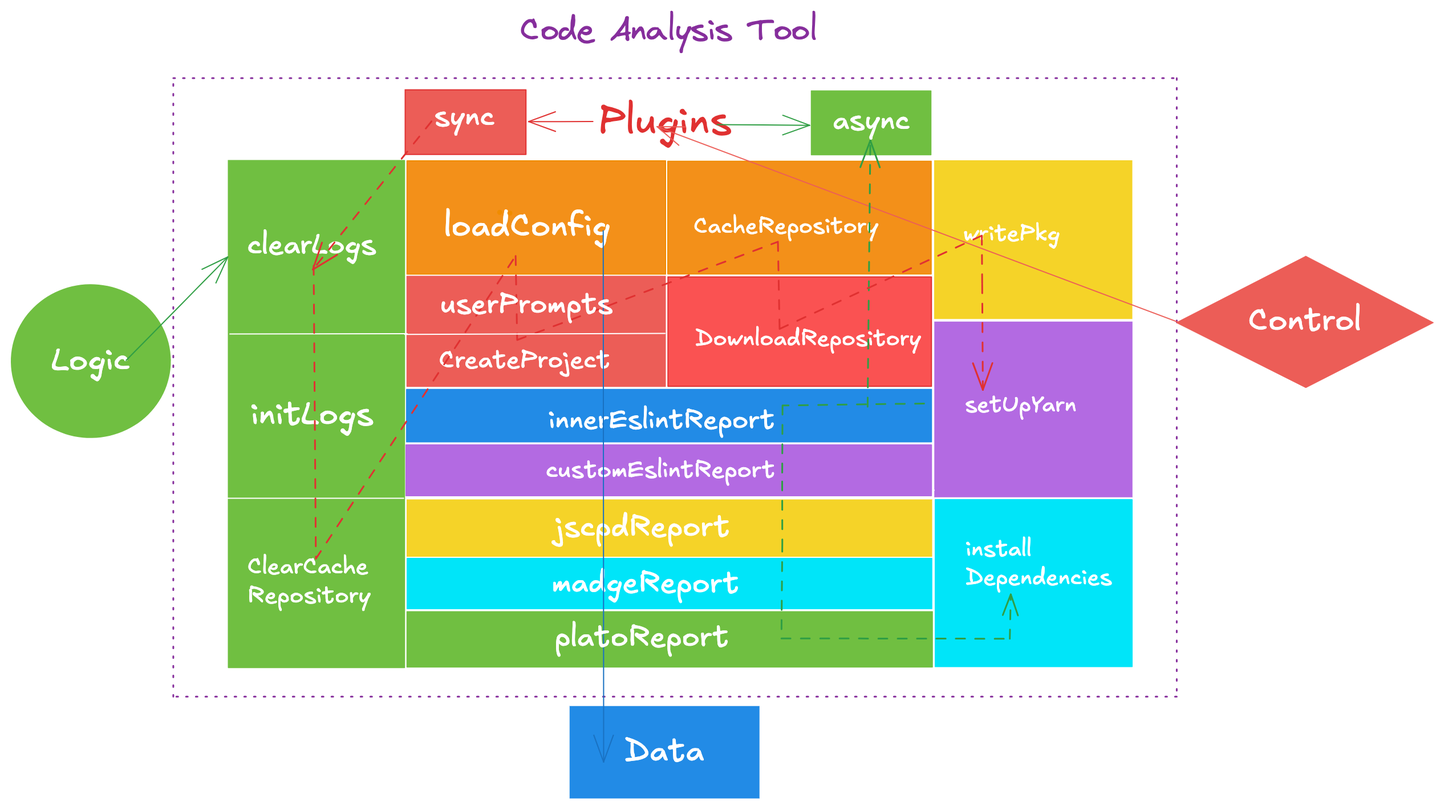
yanyunchangfeng/yycf-cli keeps this Excalidraw diagram as src/assets/images/code-ana.png. Above is the earlier version. Source tidied: one line per element, renumbered; positions are measured from the earlier drawing's top-left corner, leaving out a move shared by most shapes.
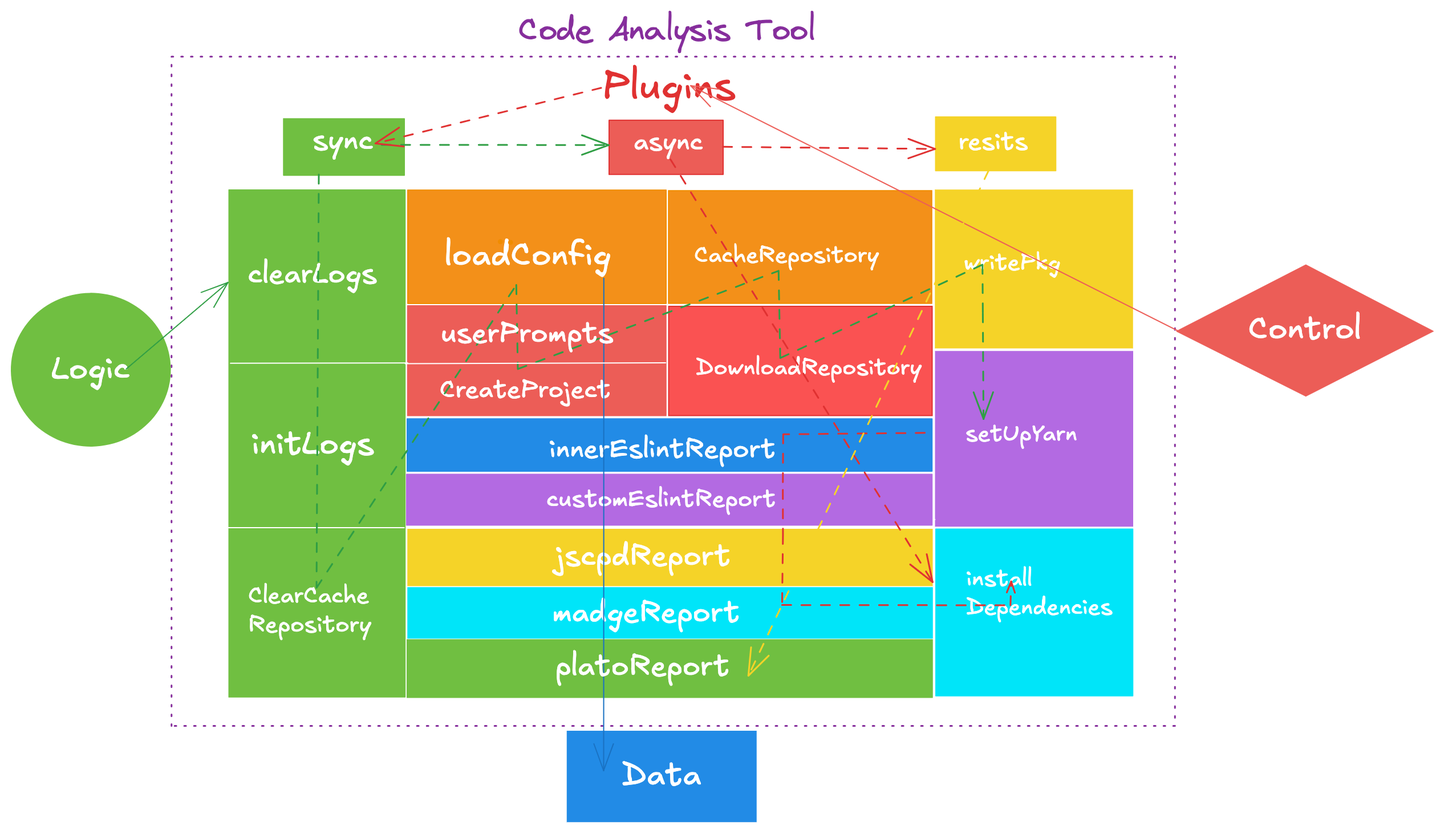
Later version of the same file.

The edit, as a diff of the source:
```diff
@@ -2,15 +2,15 @@
 {"id": 1, "type": "rectangle", "strokeColor": "#ffffff", "backgroundColor": "#f5d328", "fillStyle": "solid", "strokeWidth": 1, "roughness": 0, "x": 346, "y": 427, "width": 462, "height": 51}
 {"id": 2, "type": "rectangle", "strokeColor": "#f08c00", "backgroundColor": "#f39019", "fillStyle": "solid", "strokeWidth": 1, "roughness": 0, "x": 347, "y": 131, "width": 227, "height": 99}
 {"id": 3, "type": "rectangle", "strokeColor": "#228be6", "backgroundColor": "#228be6", "fillStyle": "solid", "strokeWidth": 1, "roughness": 0, "x": 346, "y": 331, "width": 460, "height": 46}
-{"id": 4, "type": "rectangle", "strokeColor": "#862e9c", "strokeWidth": 1, "strokeStyle": "dotted", "roughness": 0, "x": 142, "y": 58, "width": 880, "height": 542}
+{"id": 4, "type": "rectangle", "strokeColor": "#862e9c", "strokeWidth": 1, "strokeStyle": "dotted", "roughness": 0, "x": 140, "y": 14, "width": 880, "height": 587}
-{"id": 5, "type": "text", "text": "Code Analysis Tool ", "strokeColor": "#862e9c", "strokeWidth": 1, "strokeStyle": "dotted", "roughness": 0, "fontSize": 28, "fontFamily": 1, "x": 446, "y": 0, "width": 275, "height": 35}
+{"id": 5, "type": "text", "text": "Code Analysis Tool ", "strokeColor": "#862e9c", "strokeWidth": 1, "strokeStyle": "dotted", "roughness": 0, "fontSize": 28, "fontFamily": 1, "x": 444, "y": -26, "width": 275, "height": 35}
 {"id": 6, "type": "text", "text": "CreateProject", "strokeColor": "#ffffff", "backgroundColor": "#fa5252", "fillStyle": "solid", "strokeWidth": 1, "strokeStyle": "dotted", "roughness": 0, "fontSize": 22.03, "fontFamily": 5, "x": 375, "y": 293, "width": 142, "height": 28}
 {"id": 7, "type": "rectangle", "strokeColor": "#e03131", "backgroundColor": "#fa5252", "fillStyle": "solid", "strokeWidth": 1, "roughness": 0, "x": 576, "y": 233, "width": 231, "height": 96}
 {"id": 8, "type": "text", "text": "DownloadRepository", "strokeColor": "#ffffff", "backgroundColor": "#fa5252", "fillStyle": "solid", "strokeWidth": 1, "strokeStyle": "dotted", "roughness": 0, "fontSize": 20, "fontFamily": 5, "x": 600, "y": 275, "width": 192, "height": 25}
 {"id": 9, "type": "text", "text": "innerEslintReport", "strokeColor": "#ffffff", "backgroundColor": "#228be6", "fillStyle": "solid", "strokeWidth": 1, "strokeStyle": "dotted", "roughness": 0, "fontSize": 23.5, "fontFamily": 5, "x": 471, "y": 344, "width": 199, "height": 29}
 {"id": 10, "type": "rectangle", "strokeColor": "#70bf41", "backgroundColor": "#70bf41", "fillStyle": "solid", "strokeWidth": 1, "roughness": 0, "x": 190, "y": 131, "width": 154, "height": 444}
 {"id": 11, "type": "text", "text": "loadConfig", "strokeColor": "#ffffff", "backgroundColor": "#40c057", "fillStyle": "solid", "strokeWidth": 1, "strokeStyle": "dotted", "roughness": 0, "fontSize": 28.87, "fontFamily": 5, "x": 379, "y": 171, "width": 150, "height": 36}
-{"id": 12, "type": "rectangle", "strokeColor": "#f08c00", "backgroundColor": "#f39019", "fillStyle": "solid", "strokeWidth": 1, "roughness": 0, "x": 576, "y": 131, "width": 231, "height": 99}
+{"id": 12, "type": "rectangle", "strokeColor": "#f08c00", "backgroundColor": "#f39019", "fillStyle": "solid", "strokeWidth": 1, "roughness": 0, "x": 575, "y": 131, "width": 231, "height": 99}
 {"id": 13, "type": "freedraw", "strokeColor": "#f08c00", "backgroundColor": "#fd7e14", "fillStyle": "solid", "strokeWidth": 1, "strokeStyle": "dotted", "roughness": 0, "x": 437, "y": 177, "width": 0, "height": 0, "points": [[0, 0], [0, 0]]}
 {"id": 14, "type": "freedraw", "strokeColor": "#f08c00", "backgroundColor": "#fd7e14", "fillStyle": "solid", "strokeWidth": 1, "strokeStyle": "dotted", "roughness": 0, "x": 428, "y": 176, "width": 0, "height": 0, "points": [[0, 0], [0, 0]]}
 {"id": 15, "type": "text", "text": "ClearCache\nRepository", "strokeColor": "#ffffff", "backgroundColor": "#fd7e14", "fillStyle": "solid", "strokeWidth": 1, "strokeStyle": "dotted", "roughness": 0, "fontSize": 20.42, "fontFamily": 5, "x": 207, "y": 474, "width": 129, "height": 51}
@@ -21,38 +21,42 @@
 {"id": 20, "type": "text", "text": "setUpYarn", "strokeColor": "#ffffff", "backgroundColor": "#be4bdb", "fillStyle": "solid", "strokeWidth": 1, "strokeStyle": "dotted", "roughness": 0, "fontSize": 20, "fontFamily": 5, "x": 836, "y": 333, "width": 97, "height": 25}
 {"id": 21, "type": "rectangle", "strokeColor": "#ffffff", "backgroundColor": "#f5d328", "fillStyle": "solid", "strokeWidth": 1, "roughness": 0, "x": 809, "y": 130, "width": 175, "height": 140}
 {"id": 22, "type": "text", "text": "writePkg", "strokeColor": "#ffffff", "backgroundColor": "#f5d328", "fillStyle": "solid", "strokeWidth": 1, "strokeStyle": "dotted", "roughness": 0, "fontSize": 20, "fontFamily": 5, "x": 834, "y": 183, "width": 81, "height": 25}
-{"id": 23, "type": "text", "text": "install \nDependencies", "strokeColor": "#ffffff", "backgroundColor": "#00e5f9", "fillStyle": "solid", "strokeWidth": 1, "roughness": 0, "fontSize": 20, "fontFamily": 5, "x": 837, "y": 459, "width": 136, "height": 50}
+{"id": 23, "type": "text", "text": "install \nDependencies", "strokeColor": "#ffffff", "backgroundColor": "#00e5f9", "fillStyle": "solid", "strokeWidth": 1, "roughness": 0, "fontSize": 20, "fontFamily": 5, "x": 837, "y": 460, "width": 136, "height": 50}
-{"id": 24, "type": "text", "text": "Plugins", "strokeColor": "#e03131", "backgroundColor": "#00e5f9", "fillStyle": "solid", "strokeWidth": 1, "roughness": 0, "fontSize": 35.04, "fontFamily": 5, "x": 514, "y": 76, "width": 148, "height": 44}
+{"id": 24, "type": "text", "text": "Plugins", "strokeColor": "#e03131", "backgroundColor": "#00e5f9", "fillStyle": "solid", "strokeWidth": 1, "roughness": 0, "fontSize": 35.04, "fontFamily": 5, "x": 517, "y": 20, "width": 148, "height": 44}
 {"id": 25, "type": "line", "strokeColor": "#ffffff", "backgroundColor": "#ffffff", "fillStyle": "solid", "strokeWidth": 1, "roughness": 0, "x": 347, "y": 421, "width": 462, "height": 1, "points": [[0, 0], [462, -1]]}
 {"id": 26, "type": "text", "text": "clearLogs", "strokeColor": "#ffffff", "angle": 0.0, "backgroundColor": "#ffffff", "fillStyle": "solid", "strokeWidth": 1, "roughness": 0, "fontSize": 25.16, "fontFamily": 5, "x": 207, "y": 190, "width": 125, "height": 31}
-{"id": 27, "type": "rectangle", "strokeColor": "#00e5f9", "backgroundColor": "#00e5f9", "fillStyle": "solid", "strokeWidth": 1, "roughness": 0, "x": 347, "y": 479, "width": 460, "height": 44}
+{"id": 27, "type": "rectangle", "strokeColor": "#00e5f9", "backgroundColor": "#00e5f9", "fillStyle": "solid", "strokeWidth": 1, "roughness": 0, "x": 347, "y": 480, "width": 460, "height": 44}
 {"id": 28, "type": "text", "text": "jscpdReport", "strokeColor": "#ffffff", "angle": 0.0, "backgroundColor": "#f5d328", "fillStyle": "solid", "strokeWidth": 1, "roughness": 0, "fontSize": 26.05, "fontFamily": 5, "x": 476, "y": 437, "width": 168, "height": 33}
 {"id": 29, "type": "rectangle", "strokeColor": "#b36ae2", "backgroundColor": "#b36ae2", "fillStyle": "solid", "strokeWidth": 1, "roughness": 0, "x": 346, "y": 380, "width": 461, "height": 45}
 {"id": 30, "type": "text", "text": "customEslintReport", "strokeColor": "#ffffff", "backgroundColor": "#228be6", "fillStyle": "solid", "strokeWidth": 1, "strokeStyle": "dotted", "roughness": 0, "fontSize": 20.92, "fontFamily": 5, "x": 469, "y": 390, "width": 222, "height": 26}
-{"id": 31, "type": "rectangle", "strokeColor": "#70bf41", "backgroundColor": "#70bf41", "fillStyle": "solid", "strokeWidth": 1, "roughness": 0, "x": 347, "y": 526, "width": 460, "height": 48}
+{"id": 31, "type": "rectangle", "strokeColor": "#70bf41", "backgroundColor": "#70bf41", "fillStyle": "solid", "strokeWidth": 1, "roughness": 0, "x": 346, "y": 525, "width": 460, "height": 51}
 {"id": 32, "type": "text", "text": "madgeReport", "strokeColor": "#ffffff", "angle": 0.0, "backgroundColor": "#f5d328", "fillStyle": "solid", "strokeWidth": 1, "roughness": 0, "fontSize": 25.96, "fontFamily": 5, "x": 474, "y": 486, "width": 165, "height": 32}
-{"id": 33, "type": "ellipse", "strokeColor": "#70bf41", "angle": 6.27, "backgroundColor": "#70bf41", "fillStyle": "solid", "strokeWidth": 1, "roughness": 0, "x": 0, "y": 240, "width": 139, "height": 134}
+{"id": 33, "type": "ellipse", "strokeColor": "#70bf41", "angle": 6.27, "backgroundColor": "#70bf41", "fillStyle": "solid", "strokeWidth": 1, "roughness": 0, "x": -1, "y": 222, "width": 139, "height": 134}
-{"id": 34, "type": "text", "text": "Logic", "strokeColor": "#ffffff", "angle": 6.27, "backgroundColor": "#70bf41", "fillStyle": "solid", "strokeWidth": 1, "roughness": 0, "fontSize": 28, "fontFamily": 5, "textAlign": "center", "verticalAlign": "middle", "inside": 33, "x": 35, "y": 289, "width": 68, "height": 35}
+{"id": 34, "type": "text", "text": "Logic", "strokeColor": "#ffffff", "angle": 6.27, "backgroundColor": "#70bf41", "fillStyle": "solid", "strokeWidth": 1, "roughness": 0, "fontSize": 28, "fontFamily": 5, "textAlign": "center", "verticalAlign": "middle", "inside": 33, "x": 35, "y": 271, "width": 68, "height": 35}
-{"id": 35, "type": "diamond", "strokeColor": "#ec5d57", "backgroundColor": "#ec5d57", "fillStyle": "solid", "strokeWidth": 1, "roughness": 0, "x": 1022, "y": 215, "width": 224, "height": 115}
+{"id": 35, "type": "diamond", "strokeColor": "#ec5d57", "backgroundColor": "#ec5d57", "fillStyle": "solid", "strokeWidth": 1, "roughness": 0, "x": 1021, "y": 197, "width": 224, "height": 115}
-{"id": 36, "type": "text", "text": "Control", "strokeColor": "#ffffff", "backgroundColor": "#70bf41", "fillStyle": "solid", "strokeWidth": 1, "roughness": 0, "fontSize": 28, "fontFamily": 5, "textAlign": "center", "verticalAlign": "middle", "inside": 35, "x": 1084, "y": 254, "width": 99, "height": 35}
+{"id": 36, "type": "text", "text": "Control", "strokeColor": "#ffffff", "backgroundColor": "#70bf41", "fillStyle": "solid", "strokeWidth": 1, "roughness": 0, "fontSize": 28, "fontFamily": 5, "textAlign": "center", "verticalAlign": "middle", "inside": 35, "x": 1084, "y": 236, "width": 99, "height": 35}
-{"id": 37, "type": "rectangle", "strokeColor": "#ffffff", "backgroundColor": "#228be6", "fillStyle": "solid", "strokeWidth": 1, "roughness": 0, "x": 489, "y": 608, "width": 168, "height": 82}
+{"id": 37, "type": "rectangle", "strokeColor": "#ffffff", "backgroundColor": "#228be6", "fillStyle": "solid", "strokeWidth": 1, "roughness": 0, "x": 486, "y": 604, "width": 168, "height": 81}
-{"id": 38, "type": "text", "text": "Data", "strokeColor": "#ffffff", "strokeWidth": 1, "strokeStyle": "dashed", "roughness": 0, "fontSize": 28, "fontFamily": 5, "textAlign": "center", "verticalAlign": "middle", "inside": 37, "x": 538, "y": 632, "width": 70, "height": 35}
+{"id": 38, "type": "text", "text": "Data", "strokeColor": "#ffffff", "strokeWidth": 1, "strokeStyle": "dashed", "roughness": 0, "fontSize": 28, "fontFamily": 5, "textAlign": "center", "verticalAlign": "middle", "inside": 37, "x": 535, "y": 627, "width": 70, "height": 35}
-{"id": 39, "type": "arrow", "strokeColor": "#ec5d57", "strokeWidth": 1, "roughness": 0, "endArrowhead": "arrow", "round": true, "from": 35, "x": 1022, "y": 272, "width": 456, "height": 171, "points": [[0, 0], [-456, -171]]}
+{"id": 39, "type": "arrow", "strokeColor": "#ec5d57", "strokeWidth": 1, "roughness": 0, "endArrowhead": "arrow", "round": true, "from": 35, "to": 4, "x": 1021, "y": 254, "width": 426, "height": 214, "points": [[0, 0], [-426, -214]]}
-{"id": 40, "type": "arrow", "strokeColor": "#1971c2", "strokeWidth": 1, "roughness": 0, "endArrowhead": "arrow", "from": 11, "x": 519, "y": 192, "width": 0, "height": 466, "points": [[0, 0], [0, 466]]}
+{"id": 40, "type": "arrow", "strokeColor": "#1971c2", "strokeWidth": 1, "roughness": 0, "endArrowhead": "arrow", "from": 11, "x": 519, "y": 208, "width": 0, "height": 432, "points": [[0, 0], [0, 432]]}
-{"id": 41, "type": "arrow", "strokeColor": "#2f9e44", "strokeWidth": 1, "roughness": 0, "endArrowhead": "arrow", "to": 10, "x": 101, "y": 306, "width": 89, "height": 91, "points": [[0, 0], [89, -91]]}
+{"id": 41, "type": "arrow", "strokeColor": "#2f9e44", "strokeWidth": 1, "roughness": 0, "endArrowhead": "arrow", "to": 10, "x": 100, "y": 288, "width": 89, "height": 76, "points": [[0, 0], [89, -76]]}
 {"id": 42, "type": "line", "strokeColor": "#ffffff", "strokeWidth": 1, "roughness": 0, "x": 188, "y": 427, "width": 156, "height": 0, "points": [[0, 0], [156, 0]]}
 {"id": 43, "type": "text", "text": "initLogs", "strokeColor": "#ffffff", "strokeWidth": 1, "roughness": 0, "fontSize": 28.22, "fontFamily": 5, "x": 210, "y": 337, "width": 108, "height": 35}
-{"id": 44, "type": "line", "strokeColor": "#ffffff", "strokeWidth": 1, "roughness": 0, "x": 347, "y": 282, "width": 155, "height": 0, "points": [[0, 0], [-155, 0]]}
+{"id": 44, "type": "line", "strokeColor": "#ffffff", "strokeWidth": 1, "roughness": 0, "x": 347, "y": 283, "width": 155, "height": 0, "points": [[0, 0], [-155, 0]]}
 {"id": 45, "type": "text", "text": "platoReport", "strokeColor": "#ffffff", "angle": 0.0, "backgroundColor": "#f5d328", "fillStyle": "solid", "strokeWidth": 1, "roughness": 0, "fontSize": 25.96, "fontFamily": 5, "x": 476, "y": 533, "width": 142, "height": 32}
-{"id": 46, "type": "arrow", "strokeColor": "#2f9e44", "strokeWidth": 1, "roughness": 0, "endArrowhead": "arrow", "round": true, "to": 47, "x": 619, "y": 99, "width": 81, "height": 1, "points": [[0, 0], [81, 1]]}
+{"id": 46, "type": "arrow", "strokeColor": "#2f9e44", "strokeWidth": 1, "roughness": 0, "endArrowhead": "arrow", "round": true, "to": 50, "x": 619, "y": 89, "width": 11, "height": 1, "points": [[0, 0], [-11, 1]]}
-{"id": 47, "type": "rectangle", "strokeColor": "#70bf41", "backgroundColor": "#70bf41", "fillStyle": "solid", "strokeWidth": 1, "roughness": 0, "x": 701, "y": 70, "width": 105, "height": 56}
+{"id": 47, "type": "rectangle", "strokeColor": "#e03131", "backgroundColor": "#ec5d57", "fillStyle": "solid", "strokeWidth": 1, "roughness": 0, "x": 523, "y": 70, "width": 100, "height": 47}
-{"id": 48, "type": "rectangle", "strokeColor": "#e03131", "backgroundColor": "#ec5d57", "fillStyle": "solid", "strokeWidth": 1, "roughness": 0, "x": 345, "y": 69, "width": 106, "height": 57}
+{"id": 48, "type": "rectangle", "strokeColor": "#70bf41", "backgroundColor": "#70bf41", "fillStyle": "solid", "strokeWidth": 1, "roughness": 0, "x": 238, "y": 68, "width": 106, "height": 50}
-{"id": 49, "type": "text", "text": "sync", "strokeColor": "#ffffff", "angle": 0.0, "backgroundColor": "#ffffff", "fillStyle": "solid", "strokeWidth": 1, "roughness": 0, "fontSize": 25.16, "fontFamily": 5, "x": 371, "y": 77, "width": 58, "height": 31}
+{"id": 49, "type": "text", "text": "sync", "strokeColor": "#ffffff", "angle": 0.0, "backgroundColor": "#ffffff", "fillStyle": "solid", "strokeWidth": 1, "roughness": 0, "fontSize": 25.25, "fontFamily": 5, "x": 263, "y": 73, "width": 58, "height": 32}
-{"id": 50, "type": "text", "text": "async", "strokeColor": "#ffffff", "angle": 0.0, "backgroundColor": "#ffffff", "fillStyle": "solid", "strokeWidth": 1, "roughness": 0, "fontSize": 25.16, "fontFamily": 5, "x": 720, "y": 81, "width": 69, "height": 31}
+{"id": 50, "type": "text", "text": "async", "strokeColor": "#ffffff", "angle": 0.0, "backgroundColor": "#ffffff", "fillStyle": "solid", "strokeWidth": 1, "roughness": 0, "fontSize": 22.65, "fontFamily": 5, "x": 545, "y": 76, "width": 62, "height": 28}
-{"id": 51, "type": "arrow", "strokeColor": "#e03131", "backgroundColor": "#ec5d57", "fillStyle": "solid", "strokeWidth": 1, "roughness": 0, "endArrowhead": "arrow", "round": true, "from": 24, "to": 48, "x": 510, "y": 97, "width": 56, "height": 0, "points": [[0, 0], [-56, 0]]}
-{"id": 52, "type": "arrow", "strokeColor": "#2f9e44", "strokeWidth": 1, "strokeStyle": "dashed", "roughness": 0, "endArrowhead": "arrow", "round": true, "from": 7, "to": 50, "x": 751, "y": 346, "width": 2, "height": 233, "points": [[0, 0], [2, -233]]}
-{"id": 53, "type": "arrow", "strokeColor": "#e03131", "strokeWidth": 1, "strokeStyle": "dashed", "roughness": 0, "endArrowhead": "arrow", "from": 26, "to": 20, "x": 265, "y": 223, "width": 587, "height": 283, "points": [[0, 0], [2, 257], [177, -9], [178, 65], [407, -21], [409, 55], [586, -26], [586, 16], [587, 109]]}
+{"id": 53, "type": "arrow", "strokeColor": "#2f9e44", "strokeWidth": 1, "strokeStyle": "dashed", "roughness": 0, "endArrowhead": "arrow", "from": 49, "to": 20, "x": 269, "y": 117, "width": 585, "height": 362, "points": [[0, 0], [-2, 362], [173, 97], [174, 170], [403, 84], [405, 161], [582, 79], [582, 122], [583, 214]]}
-{"id": 54, "type": "arrow", "strokeColor": "#e03131", "strokeWidth": 1, "strokeStyle": "dashed", "roughness": 0, "endArrowhead": "arrow", "from": 49, "to": 26, "x": 368, "y": 96, "width": 104, "height": 130, "points": [[0, 0], [-104, 130]]}
-{"id": 55, "type": "arrow", "strokeColor": "#2f9e44", "strokeWidth": 1, "strokeStyle": "dashed", "roughness": 0, "endArrowhead": "arrow", "from": 19, "to": 23, "x": 801, "y": 344, "width": 201, "height": 206, "points": [[-1, 0], [-125, 2], [-125, 68], [-125, 122], [-126, 206], [74, 206], [75, 167]]}
+{"id": 55, "type": "arrow", "strokeColor": "#e03131", "strokeWidth": 1, "strokeStyle": "dashed", "roughness": 0, "endArrowhead": "arrow", "from": 19, "to": 23, "x": 800, "y": 344, "width": 201, "height": 151, "points": [[0, 0], [-124, 1], [-124, 50], [-124, 89], [-125, 151], [75, 151], [76, 130]]}
 {"id": 56, "type": "line", "strokeColor": "#ffffff", "strokeWidth": 1, "roughness": 0, "x": 345, "y": 283, "width": 228, "height": 1, "points": [[0, 0], [228, -1]]}
 {"id": 57, "type": "text", "text": "userPrompts", "strokeColor": "#ffffff", "backgroundColor": "#fa5252", "fillStyle": "solid", "strokeWidth": 1, "strokeStyle": "dotted", "roughness": 0, "fontSize": 25.01, "fontFamily": 5, "x": 376, "y": 242, "width": 170, "height": 31}
+{"id": 58, "type": "rectangle", "strokeColor": "#f5d328", "backgroundColor": "#f5d328", "fillStyle": "solid", "strokeWidth": 1, "roughness": 0, "x": 810, "y": 67, "width": 105, "height": 47}
+{"id": 59, "type": "text", "text": "resits", "strokeColor": "#ffffff", "angle": 0.0, "backgroundColor": "#ffffff", "fillStyle": "solid", "strokeWidth": 1, "roughness": 0, "fontSize": 21.61, "fontFamily": 5, "x": 830, "y": 76, "width": 76, "height": 27}
+{"id": 60, "type": "arrow", "strokeColor": "#2f9e44", "backgroundColor": "#ec5d57", "fillStyle": "solid", "strokeWidth": 1, "strokeStyle": "dashed", "roughness": 0, "endArrowhead": "arrow", "from": 49, "to": 47, "x": 324, "y": 91, "width": 199, "height": 0, "points": [[0, 0], [199, 0]]}
+{"id": 61, "type": "arrow", "strokeColor": "#e03131", "backgroundColor": "#ec5d57", "fillStyle": "solid", "strokeWidth": 1, "strokeStyle": "dashed", "roughness": 0, "endArrowhead": "arrow", "from": 47, "to": 58, "x": 623, "y": 93, "width": 186, "height": 2, "points": [[0, 0], [186, 2]]}
+{"id": 62, "type": "arrow", "strokeColor": "#e03131", "backgroundColor": "#ec5d57", "fillStyle": "solid", "strokeWidth": 1, "strokeStyle": "dashed", "roughness": 0, "endArrowhead": "arrow", "from": 24, "to": 49, "x": 516, "y": 41, "width": 198, "height": 49, "points": [[0, 0], [-198, 49]]}
+{"id": 63, "type": "arrow", "strokeColor": "#f5d328", "backgroundColor": "#ec5d57", "fillStyle": "solid", "strokeWidth": 1, "strokeStyle": "dashed", "roughness": 0, "endArrowhead": "arrow", "from": 59, "x": 863, "y": 99, "width": 218, "height": 458, "points": [[0, 0], [-218, 458]]}
+{"id": 64, "type": "arrow", "strokeColor": "#e03131", "backgroundColor": "#ec5d57", "fillStyle": "solid", "strokeWidth": 1, "strokeStyle": "dashed", "roughness": 0, "endArrowhead": "arrow", "from": 50, "to": 27, "x": 577, "y": 104, "width": 230, "height": 370, "points": [[0, 0], [230, 370]]}
```
